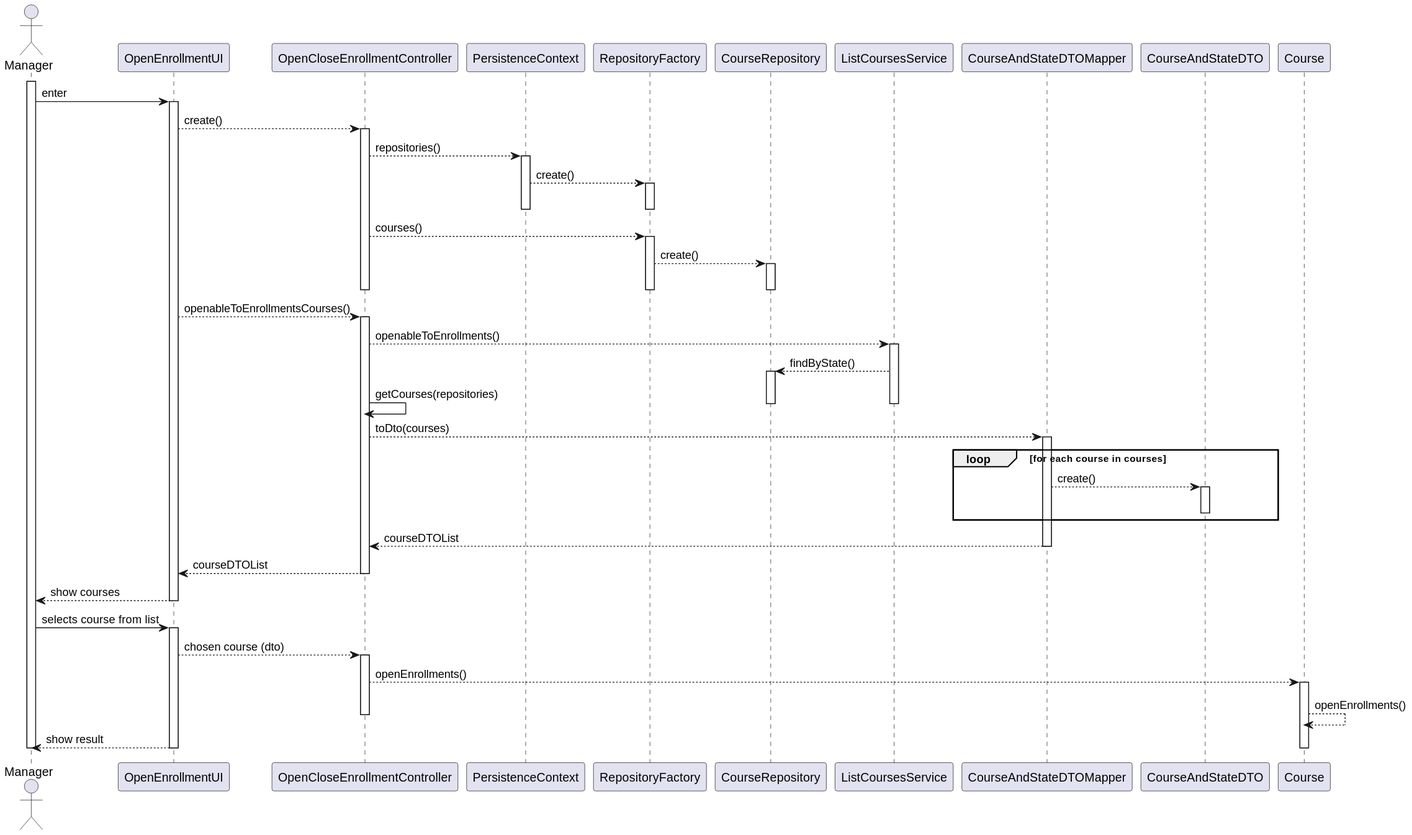
The PlantUML diagram docs/us_1003/openEnrollmentSD.svg in jovami/isep-lapr4, before a commit.
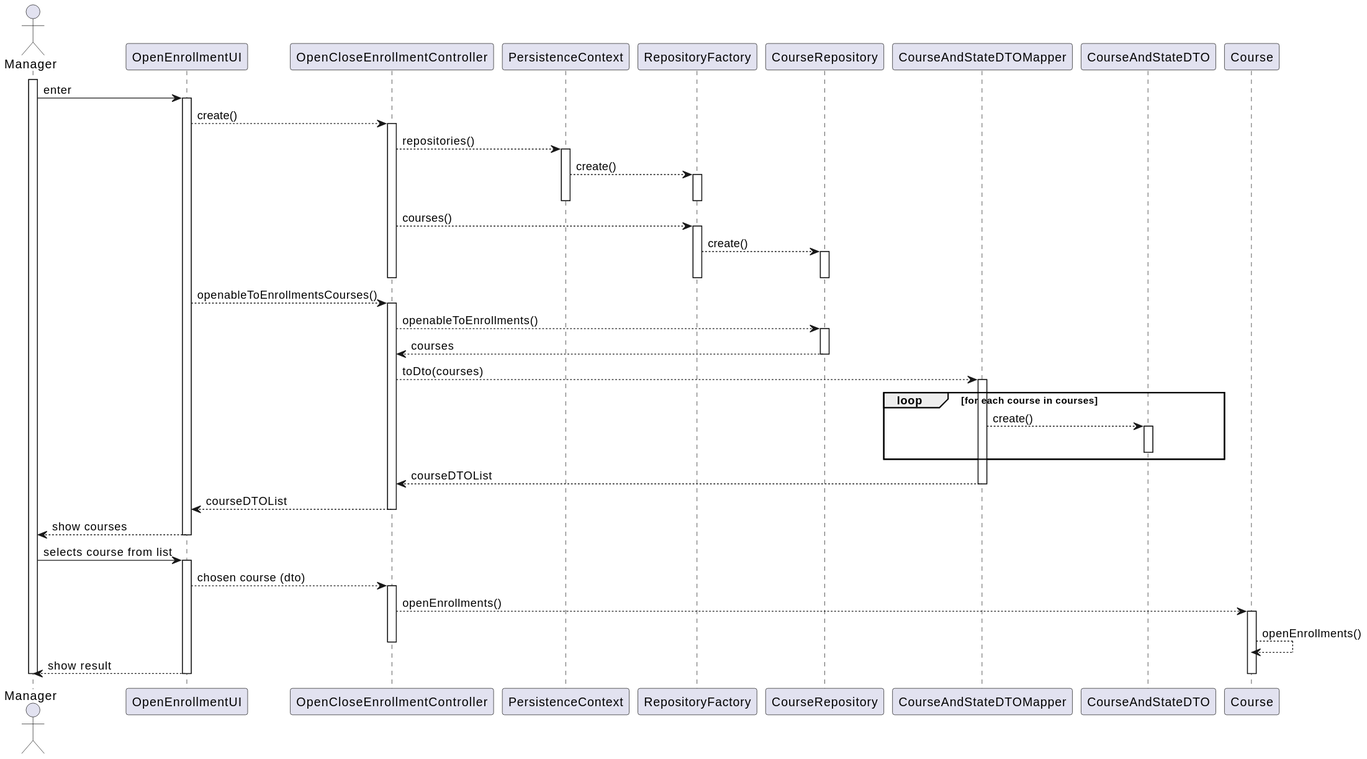
Later version of the same file.

What changed in the source:
```diff
@@ -6,8 +6,6 @@
 participant PersistenceContext as ctx
 participant RepositoryFactory as rep_fac
 participant CourseRepository as repo
-
-participant ListCoursesService as svc
 
 participant CourseAndStateDTOMapper as mapper
 participant CourseAndStateDTO as dto
@@ -38,14 +36,10 @@
 
     ui --> ctrl: openableToEnrollmentsCourses()
     activate ctrl
-        ctrl --> svc: openableToEnrollments()
-        activate svc
-            svc --> repo: findByState()
+        ctrl --> repo: openableToEnrollments()
             activate repo
-
-            ctrl -> ctrl: getCourses(repositories)
+            repo --> ctrl: courses
             deactivate repo
-        deactivate svc
 
         ctrl --> mapper: toDto(courses)
         activate mapper
```
